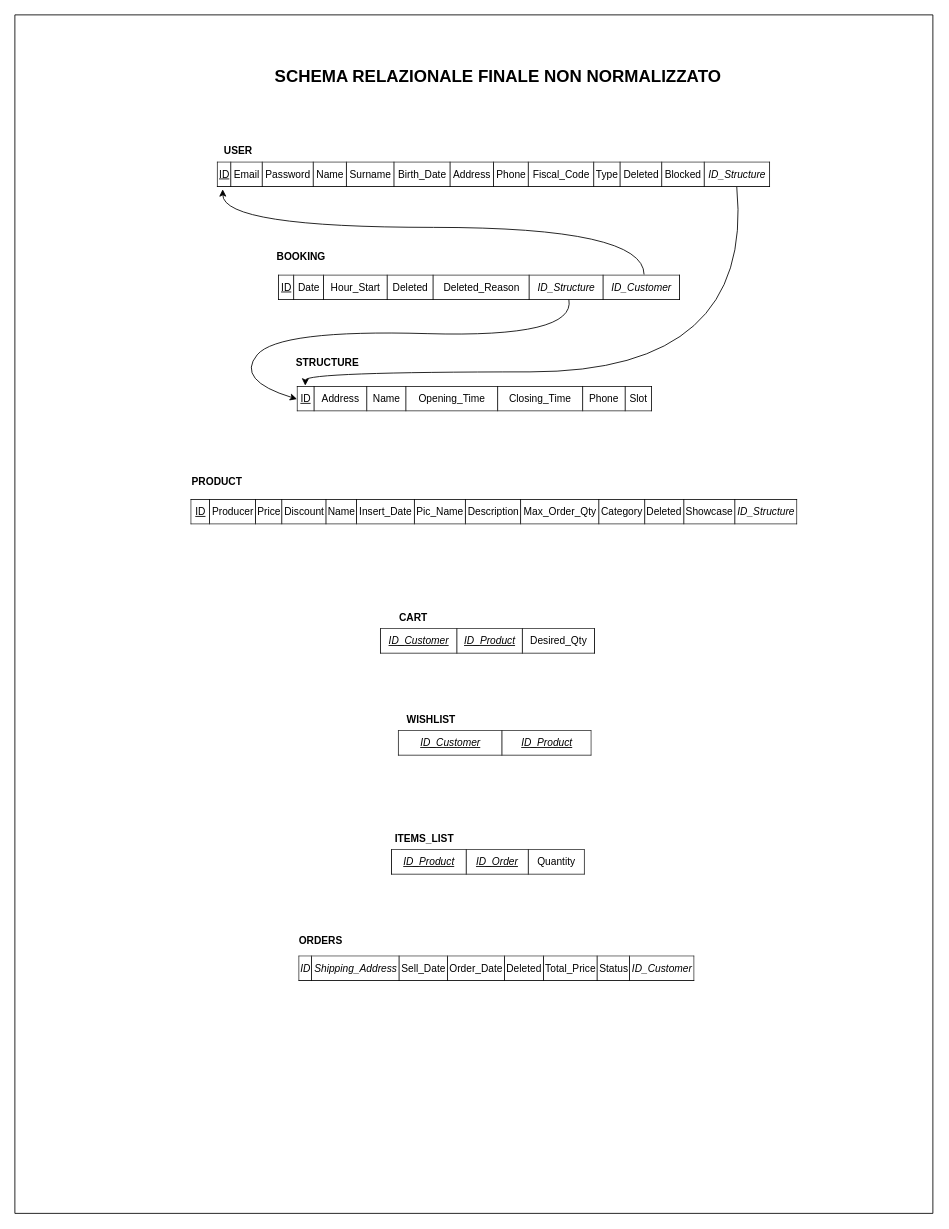
This is db/Final_Schema_Relazionale.drawio from lilpilgit/Barber, a draw.io file, before an edit. Source tidied: cells renumbered, new cells numbered last; positions are measured from the earlier drawing's top-left corner, leaving out a move shared by most shapes. Both pictures are drawn from the tidied source at 85%, with x=0, y=0 at pixel (14, 14).
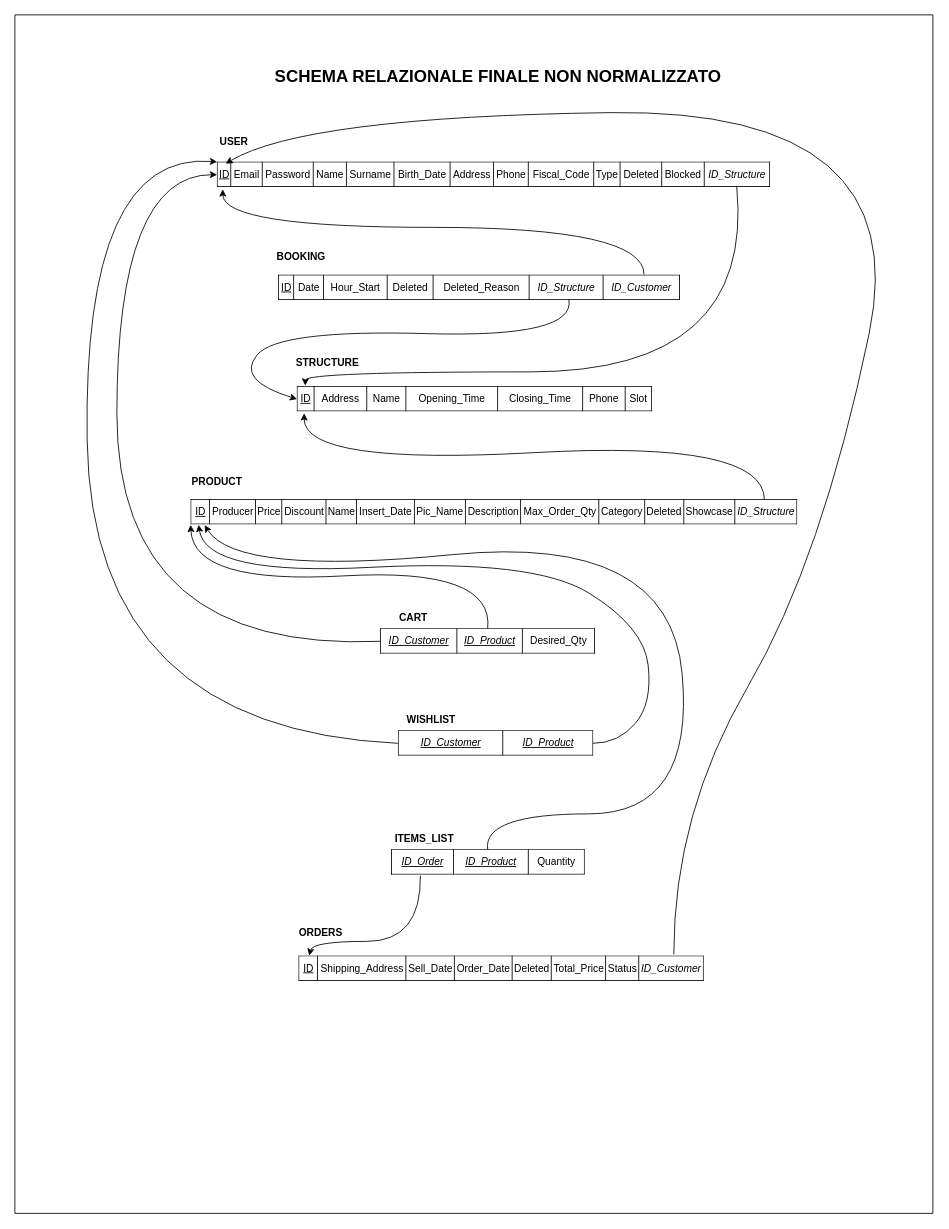
After the change.

Unchanged cells that the change refers to:
```xml
<mxCell id="2" value="&lt;table border=&quot;1&quot; width=&quot;100%&quot; style=&quot;width: 100% ; height: 100% ; border-collapse: collapse ; border: 1px solid rgb(0 , 0 , 0)&quot;&gt;&lt;tbody&gt;&lt;tr&gt;&lt;td&gt;&lt;u&gt;ID&lt;/u&gt;&lt;/td&gt;&lt;td&gt;Address&lt;/td&gt;&lt;td&gt;Name&lt;/td&gt;&lt;td&gt;Opening_Time&lt;/td&gt;&lt;td&gt;Closing_Time&lt;/td&gt;&lt;td&gt;Phone&lt;/td&gt;&lt;td&gt;Slot&lt;/td&gt;&lt;/tr&gt;&lt;/tbody&gt;&lt;/table&gt;" style="text;html=1;strokeColor=none;fillColor=none;overflow=fill;align=center;" parent="1" vertex="1">
  <mxGeometry x="332" y="437" width="417.5" height="30" as="geometry" />
</mxCell>
<mxCell id="6" value="&lt;table border=&quot;1&quot; width=&quot;100%&quot; style=&quot;width: 100% ; height: 100% ; border-collapse: collapse ; border: 1px solid rgb(0 , 0 , 0)&quot;&gt;&lt;tbody&gt;&lt;tr&gt;&lt;td&gt;&amp;nbsp;&lt;u&gt;ID&lt;/u&gt;&amp;nbsp;&lt;/td&gt;&lt;td&gt;Producer&lt;/td&gt;&lt;td&gt;Price&lt;/td&gt;&lt;td&gt;Discount&lt;/td&gt;&lt;td&gt;Name&lt;/td&gt;&lt;td&gt;Insert_Date&lt;/td&gt;&lt;td&gt;Pic_Name&lt;/td&gt;&lt;td&gt;Description&lt;/td&gt;&lt;td&gt;Max_Order_Qty&lt;/td&gt;&lt;td&gt;Category&lt;/td&gt;&lt;td&gt;Deleted&lt;/td&gt;&lt;td&gt;Showcase&lt;/td&gt;&lt;td&gt;&lt;i&gt;ID_Structure&lt;/i&gt;&lt;/td&gt;&lt;/tr&gt;&lt;/tbody&gt;&lt;/table&gt;" style="text;html=1;strokeColor=none;fillColor=none;overflow=fill;align=center;" parent="1" vertex="1">
  <mxGeometry x="206.8" y="570" width="713.5" height="30" as="geometry" />
</mxCell>
<mxCell id="10" value="&lt;table border=&quot;1&quot; width=&quot;100%&quot; style=&quot;width: 100% ; height: 100% ; border-collapse: collapse ; border: 1px solid rgb(0 , 0 , 0)&quot;&gt;&lt;tbody&gt;&lt;tr&gt;&lt;td&gt;&lt;u&gt;ID&lt;/u&gt;&lt;/td&gt;&lt;td&gt;Email&lt;/td&gt;&lt;td&gt;Password&lt;/td&gt;&lt;td&gt;Name&lt;/td&gt;&lt;td&gt;Surname&lt;/td&gt;&lt;td&gt;Birth_Date&lt;/td&gt;&lt;td&gt;Address&lt;/td&gt;&lt;td&gt;Phone&lt;/td&gt;&lt;td&gt;Fiscal_Code&lt;/td&gt;&lt;td&gt;Type&lt;/td&gt;&lt;td&gt;Deleted&lt;/td&gt;&lt;td&gt;Blocked&lt;/td&gt;&lt;td&gt;&lt;i&gt;ID_Structure&lt;/i&gt;&lt;/td&gt;&lt;/tr&gt;&lt;/tbody&gt;&lt;/table&gt;" style="text;html=1;strokeColor=none;fillColor=none;overflow=fill;align=center;" parent="1" vertex="1">
  <mxGeometry x="238" y="173" width="651" height="30" as="geometry" />
</mxCell>
<mxCell id="17" value="&lt;table border=&quot;1&quot; width=&quot;100%&quot; style=&quot;width: 100% ; height: 100% ; border-collapse: collapse ; border: 1px solid rgb(0 , 0 , 0)&quot;&gt;&lt;tbody&gt;&lt;tr&gt;&lt;td&gt;&lt;u&gt;ID_Customer&lt;/u&gt;&lt;/td&gt;&lt;td&gt;&lt;u&gt;ID_Product&lt;/u&gt;&lt;/td&gt;&lt;td&gt;&lt;span style=&quot;font-style: normal&quot;&gt;Desired_Qty&lt;/span&gt;&lt;/td&gt;&lt;/tr&gt;&lt;/tbody&gt;&lt;/table&gt;" style="text;html=1;strokeColor=none;fillColor=none;overflow=fill;align=center;fontStyle=2;" parent="1" vertex="1">
  <mxGeometry x="430" y="722" width="252.5" height="30" as="geometry" />
</mxCell>
```

Change to the diagram source:
```diff
@@
-    <mxCell id="8" value="&lt;table border=&quot;1&quot; width=&quot;100%&quot; style=&quot;width: 100% ; height: 100% ; border-collapse: collapse ; border: 1px solid rgb(0 , 0 , 0)&quot;&gt;&lt;tbody&gt;&lt;tr&gt;&lt;td&gt;ID&lt;/td&gt;&lt;td&gt;Shipping_Address&lt;/td&gt;&lt;td&gt;&lt;span style=&quot;font-style: normal&quot;&gt;Sell_Date&lt;/span&gt;&lt;/td&gt;&lt;td&gt;&lt;span style=&quot;font-style: normal&quot;&gt;Order_Date&lt;/span&gt;&lt;/td&gt;&lt;td&gt;&lt;span style=&quot;font-style: normal&quot;&gt;Deleted&lt;/span&gt;&lt;/td&gt;&lt;td&gt;&lt;span style=&quot;font-style: normal&quot;&gt;Total_Price&lt;/span&gt;&lt;/td&gt;&lt;td&gt;&lt;span style=&quot;font-style: normal&quot;&gt;Status&lt;/span&gt;&lt;/td&gt;&lt;td&gt;ID_Customer&lt;/td&gt;&lt;/tr&gt;&lt;/tbody&gt;&lt;/table&gt;" style="text;html=1;strokeColor=none;fillColor=none;overflow=fill;align=center;fontStyle=2;" parent="1" vertex="1">
-      <mxGeometry x="333.5" y="1107" width="466" height="30" as="geometry" />
+    <mxCell id="8" value="&lt;table border=&quot;1&quot; width=&quot;100%&quot; style=&quot;width: 100% ; height: 100% ; border-collapse: collapse ; border: 1px solid rgb(0 , 0 , 0)&quot;&gt;&lt;tbody&gt;&lt;tr&gt;&lt;td&gt;&lt;span style=&quot;font-style: normal&quot;&gt;&amp;nbsp;&lt;u&gt;ID&lt;/u&gt;&amp;nbsp;&lt;/span&gt;&lt;/td&gt;&lt;td&gt;&lt;span style=&quot;font-style: normal&quot;&gt;Shipping_Address&lt;/span&gt;&lt;/td&gt;&lt;td&gt;&lt;span style=&quot;font-style: normal&quot;&gt;Sell_Date&lt;/span&gt;&lt;/td&gt;&lt;td&gt;&lt;span style=&quot;font-style: normal&quot;&gt;Order_Date&lt;/span&gt;&lt;/td&gt;&lt;td&gt;&lt;span style=&quot;font-style: normal&quot;&gt;Deleted&lt;/span&gt;&lt;/td&gt;&lt;td&gt;&lt;span style=&quot;font-style: normal&quot;&gt;Total_Price&lt;/span&gt;&lt;/td&gt;&lt;td&gt;&lt;span style=&quot;font-style: normal&quot;&gt;Status&lt;/span&gt;&lt;/td&gt;&lt;td&gt;ID_Customer&lt;/td&gt;&lt;/tr&gt;&lt;/tbody&gt;&lt;/table&gt;" style="text;html=1;strokeColor=none;fillColor=none;overflow=fill;align=center;fontStyle=2;" parent="1" vertex="1">
+      <mxGeometry x="333.5" y="1107" width="476.5" height="30" as="geometry" />
     </mxCell>
     <mxCell id="9" value="&lt;b&gt;ORDERS&lt;/b&gt;" style="text;html=1;strokeColor=none;fillColor=none;align=center;verticalAlign=middle;whiteSpace=wrap;rounded=0;" parent="1" vertex="1">
-      <mxGeometry x="332" y="1080" width="55.5" height="20" as="geometry" />
+      <mxGeometry x="332" y="1070" width="55.5" height="20" as="geometry" />
     </mxCell>
@@
     <mxCell id="11" value="&lt;b&gt;USER&lt;/b&gt;" style="text;html=1;strokeColor=none;fillColor=none;align=center;verticalAlign=middle;whiteSpace=wrap;rounded=0;" parent="1" vertex="1">
-      <mxGeometry x="243" y="150" width="40" height="20" as="geometry" />
+      <mxGeometry x="238" y="140" width="40" height="20" as="geometry" />
     </mxCell>
@@
     <mxCell id="19" value="&lt;table border=&quot;1&quot; width=&quot;100%&quot; style=&quot;width: 100% ; height: 100% ; border-collapse: collapse ; border: 1px solid rgb(0 , 0 , 0)&quot;&gt;&lt;tbody&gt;&lt;tr&gt;&lt;td&gt;&lt;u&gt;ID_Customer&lt;/u&gt;&lt;/td&gt;&lt;td&gt;&lt;u&gt;ID_Product&lt;/u&gt;&lt;/td&gt;&lt;/tr&gt;&lt;/tbody&gt;&lt;/table&gt;" style="text;html=1;strokeColor=none;fillColor=none;overflow=fill;align=center;fontStyle=2;" parent="1" vertex="1">
-      <mxGeometry x="450.5" y="842" width="227.5" height="30" as="geometry" />
+      <mxGeometry x="450.5" y="842" width="229.5" height="30" as="geometry" />
     </mxCell>
@@
-    <mxCell id="21" value="&lt;table border=&quot;1&quot; width=&quot;100%&quot; style=&quot;width: 100% ; height: 100% ; border-collapse: collapse ; border: 1px solid rgb(0 , 0 , 0)&quot;&gt;&lt;tbody&gt;&lt;tr&gt;&lt;td&gt;&lt;u&gt;ID_Product&lt;/u&gt;&lt;/td&gt;&lt;td&gt;&lt;u&gt;ID_Order&lt;/u&gt;&lt;/td&gt;&lt;td&gt;&lt;span style=&quot;font-style: normal&quot;&gt;Quantity&lt;/span&gt;&lt;/td&gt;&lt;/tr&gt;&lt;/tbody&gt;&lt;/table&gt;" style="text;html=1;strokeColor=none;fillColor=none;overflow=fill;align=center;fontStyle=2;" parent="1" vertex="1">
+    <mxCell id="21" value="&lt;table border=&quot;1&quot; width=&quot;100%&quot; style=&quot;width: 100% ; height: 100% ; border-collapse: collapse ; border: 1px solid rgb(0 , 0 , 0)&quot;&gt;&lt;tbody&gt;&lt;tr&gt;&lt;td&gt;&lt;u&gt;ID_Order&lt;/u&gt;&lt;br&gt;&lt;/td&gt;&lt;td&gt;&lt;u&gt;ID_Product&lt;/u&gt;&lt;/td&gt;&lt;td&gt;&lt;span style=&quot;font-style: normal&quot;&gt;Quantity&lt;/span&gt;&lt;/td&gt;&lt;/tr&gt;&lt;/tbody&gt;&lt;/table&gt;" style="text;html=1;strokeColor=none;fillColor=none;overflow=fill;align=center;fontStyle=2;" parent="1" vertex="1">
       <mxGeometry x="442.5" y="982" width="227.5" height="30" as="geometry" />
     </mxCell>
@@
+    <mxCell id="26" style="curved=1;endArrow=classic;html=1;entryX=0.02;entryY=1.057;entryDx=0;entryDy=0;entryPerimeter=0;exitX=0.946;exitY=0.014;exitDx=0;exitDy=0;exitPerimeter=0;" parent="1" edge="1" source="6" target="2">
+      <mxGeometry relative="1" as="geometry">
+        <Array as="points">
+          <mxPoint x="882" y="500" />
+          <mxPoint x="340" y="530" />
+        </Array>
+      </mxGeometry>
+    </mxCell>
+    <mxCell id="27" style="curved=1;endArrow=classic;html=1;entryX=0;entryY=1;entryDx=0;entryDy=0;exitX=0.5;exitY=0;exitDx=0;exitDy=0;" parent="1" edge="1" source="17" target="6">
+      <mxGeometry relative="1" as="geometry">
+        <Array as="points">
+          <mxPoint x="564" y="650" />
+          <mxPoint x="210" y="670" />
+        </Array>
+      </mxGeometry>
+    </mxCell>
+    <mxCell id="28" style="curved=1;endArrow=classic;html=1;entryX=0;entryY=0.5;entryDx=0;entryDy=0;exitX=0;exitY=0.5;exitDx=0;exitDy=0;" parent="1" edge="1" source="17" target="10">
+      <mxGeometry relative="1" as="geometry">
+        <Array as="points">
+          <mxPoint x="120" y="750" />
+          <mxPoint x="120" y="188" />
+        </Array>
+      </mxGeometry>
+    </mxCell>
+    <mxCell id="29" style="curved=1;endArrow=classic;html=1;entryX=0;entryY=0;entryDx=0;entryDy=0;exitX=0;exitY=0.5;exitDx=0;exitDy=0;" parent="1" edge="1" source="19" target="10">
+      <mxGeometry relative="1" as="geometry">
+        <Array as="points">
+          <mxPoint x="90" y="840" />
+          <mxPoint x="80" y="160" />
+        </Array>
+      </mxGeometry>
+    </mxCell>
+    <mxCell id="30" style="curved=1;endArrow=classic;html=1;entryX=0.013;entryY=0.996;entryDx=0;entryDy=0;entryPerimeter=0;exitX=1;exitY=0.5;exitDx=0;exitDy=0;" parent="1" edge="1" source="19" target="6">
+      <mxGeometry relative="1" as="geometry">
+        <Array as="points">
+          <mxPoint x="710" y="857" />
+          <mxPoint x="750" y="810" />
+          <mxPoint x="740" y="720" />
+          <mxPoint x="610" y="640" />
+          <mxPoint x="225" y="660" />
+        </Array>
+      </mxGeometry>
+    </mxCell>
+    <mxCell id="31" style="curved=1;endArrow=classic;html=1;exitX=0.927;exitY=-0.057;exitDx=0;exitDy=0;exitPerimeter=0;" parent="1" edge="1" source="8">
+      <mxGeometry relative="1" as="geometry">
+        <mxPoint x="248" y="175" as="targetPoint" />
+        <Array as="points">
+          <mxPoint x="775" y="940" />
+          <mxPoint x="950" y="640" />
+          <mxPoint x="1060" y="110" />
+          <mxPoint x="340" y="120" />
+        </Array>
+      </mxGeometry>
+    </mxCell>
+    <mxCell id="32" style="curved=1;endArrow=classic;html=1;exitX=0.152;exitY=1.024;exitDx=0;exitDy=0;exitPerimeter=0;entryX=0.027;entryY=-0.006;entryDx=0;entryDy=0;entryPerimeter=0;" parent="1" edge="1" source="21" target="8">
+      <mxGeometry relative="1" as="geometry">
+        <Array as="points">
+          <mxPoint x="478" y="1090" />
+          <mxPoint x="350" y="1090" />
+        </Array>
+      </mxGeometry>
+    </mxCell>
+    <mxCell id="33" style="curved=1;endArrow=classic;html=1;entryX=0.023;entryY=1.01;entryDx=0;entryDy=0;entryPerimeter=0;exitX=0.5;exitY=0;exitDx=0;exitDy=0;" parent="1" edge="1" source="21" target="6">
+      <mxGeometry relative="1" as="geometry">
+        <Array as="points">
+          <mxPoint x="550" y="940" />
+          <mxPoint x="800" y="940" />
+          <mxPoint x="770" y="610" />
+          <mxPoint x="260" y="660" />
+        </Array>
+      </mxGeometry>
+    </mxCell>
```
